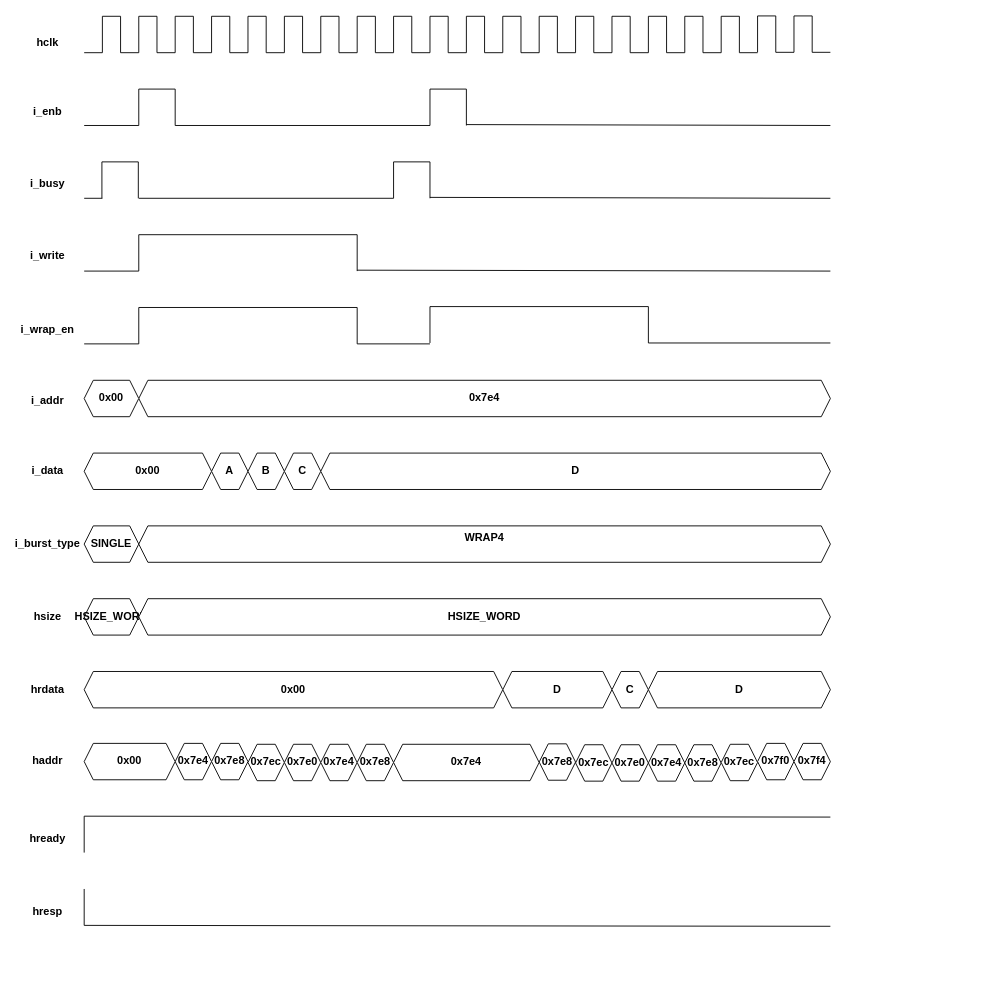
Above: page "WRAP8" (17 of 18) of AMBA AHB.drawio in 106210049/AMBA-AHB (draw.io), before the change. Source tidied: cells renumbered, new cells numbered last; positions are measured from the earlier drawing's top-left corner, leaving out a move shared by most shapes. Both pictures are drawn from the tidied source at 91%, with x=0, y=0 at pixel (20, 15).
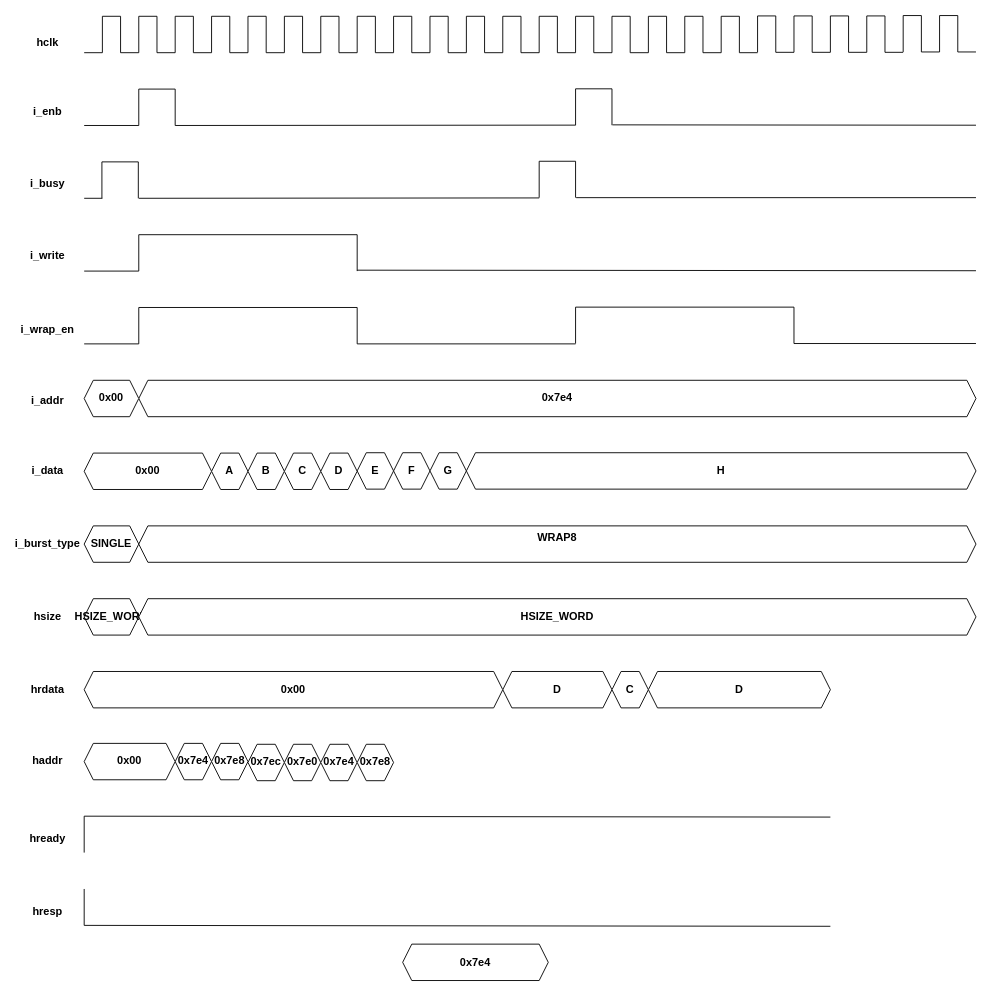
After the change.

Change to the diagram source:
```diff
@@
     <mxCell id="82" style="endArrow=none;html=1;rounded=0;" parent="1" edge="1">
       <mxGeometry relative="1" as="geometry">
         <mxPoint x="170" y="120.4" as="sourcePoint" />
-        <mxPoint x="450" y="120.4" as="targetPoint" />
+        <mxPoint x="610" y="120" as="targetPoint" />
       </mxGeometry>
     </mxCell>
     <mxCell id="83" value="0x7e4" style="shape=hexagon;perimeter=hexagonPerimeter2;whiteSpace=wrap;html=1;shapeInside=1;fixedSize=1;size=10;fontStyle=1;" parent="1" vertex="1">
-      <mxGeometry x="130" y="400.4" width="760" height="40" as="geometry" />
+      <mxGeometry x="130" y="400.4" width="920" height="40" as="geometry" />
     </mxCell>
@@
     <mxCell id="91" value="&lt;div&gt;D&lt;/div&gt;" style="shape=hexagon;perimeter=hexagonPerimeter2;whiteSpace=wrap;html=1;shapeInside=1;fixedSize=1;size=10;fontStyle=1;" parent="1" vertex="1">
-      <mxGeometry x="330" y="480.4" width="560" height="40" as="geometry" />
+      <mxGeometry x="330" y="480.4" width="40" height="40" as="geometry" />
     </mxCell>
@@
-    <mxCell id="93" value="WRAP4&lt;div&gt;&lt;br/&gt;&lt;/div&gt;" style="shape=hexagon;perimeter=hexagonPerimeter2;whiteSpace=wrap;html=1;shapeInside=1;fixedSize=1;size=10;fontStyle=1;" parent="1" vertex="1">
-      <mxGeometry x="130" y="560.4" width="760" height="40" as="geometry" />
+    <mxCell id="93" value="WRAP8&lt;br&gt;&lt;div&gt;&lt;br&gt;&lt;/div&gt;" style="shape=hexagon;perimeter=hexagonPerimeter2;whiteSpace=wrap;html=1;shapeInside=1;fixedSize=1;size=10;fontStyle=1;" parent="1" vertex="1">
+      <mxGeometry x="130" y="560.4" width="920" height="40" as="geometry" />
     </mxCell>
@@
     <mxCell id="95" value="&lt;div&gt;HSIZE_WORD&lt;/div&gt;" style="shape=hexagon;perimeter=hexagonPerimeter2;whiteSpace=wrap;html=1;shapeInside=1;fixedSize=1;size=10;fontStyle=1;" parent="1" vertex="1">
-      <mxGeometry x="130" y="640.4" width="760" height="40" as="geometry" />
+      <mxGeometry x="130" y="640.4" width="920" height="40" as="geometry" />
     </mxCell>
@@
     <mxCell id="97" style="endArrow=none;html=1;rounded=0;" parent="1" edge="1">
       <mxGeometry relative="1" as="geometry">
-        <mxPoint x="450" y="120.4" as="sourcePoint" />
-        <mxPoint x="450" y="80.4" as="targetPoint" />
+        <mxPoint x="610" y="120.1" as="sourcePoint" />
+        <mxPoint x="610" y="80.1" as="targetPoint" />
       </mxGeometry>
     </mxCell>
     <mxCell id="98" style="endArrow=none;html=1;rounded=0;" parent="1" edge="1">
       <mxGeometry relative="1" as="geometry">
-        <mxPoint x="450" y="80.4" as="sourcePoint" />
-        <mxPoint x="490" y="80.4" as="targetPoint" />
+        <mxPoint x="610" y="80.1" as="sourcePoint" />
+        <mxPoint x="650" y="80.1" as="targetPoint" />
       </mxGeometry>
     </mxCell>
     <mxCell id="99" style="endArrow=none;html=1;rounded=0;" parent="1" edge="1">
       <mxGeometry relative="1" as="geometry">
-        <mxPoint x="490" y="120.4" as="sourcePoint" />
-        <mxPoint x="490" y="80.4" as="targetPoint" />
+        <mxPoint x="650" y="120.1" as="sourcePoint" />
+        <mxPoint x="650" y="80.1" as="targetPoint" />
       </mxGeometry>
     </mxCell>
     <mxCell id="100" style="endArrow=none;html=1;rounded=0;" parent="1" edge="1">
       <mxGeometry relative="1" as="geometry">
         <mxPoint x="130" y="200.4" as="sourcePoint" />
-        <mxPoint x="410" y="200.4" as="targetPoint" />
+        <mxPoint x="570" y="200" as="targetPoint" />
       </mxGeometry>
     </mxCell>
@@
     <mxCell id="105" style="endArrow=none;html=1;rounded=0;" parent="1" edge="1">
       <mxGeometry relative="1" as="geometry">
-        <mxPoint x="410" y="200.4" as="sourcePoint" />
-        <mxPoint x="410" y="160.4" as="targetPoint" />
+        <mxPoint x="570" y="199.7" as="sourcePoint" />
+        <mxPoint x="570" y="159.7" as="targetPoint" />
       </mxGeometry>
     </mxCell>
     <mxCell id="106" style="endArrow=none;html=1;rounded=0;" parent="1" edge="1">
       <mxGeometry relative="1" as="geometry">
-        <mxPoint x="410" y="160.4" as="sourcePoint" />
-        <mxPoint x="450" y="160.4" as="targetPoint" />
+        <mxPoint x="570" y="159.7" as="sourcePoint" />
+        <mxPoint x="610" y="159.7" as="targetPoint" />
       </mxGeometry>
     </mxCell>
     <mxCell id="107" style="endArrow=none;html=1;rounded=0;" parent="1" edge="1">
       <mxGeometry relative="1" as="geometry">
-        <mxPoint x="450" y="200.4" as="sourcePoint" />
-        <mxPoint x="450" y="160.4" as="targetPoint" />
+        <mxPoint x="610" y="199.7" as="sourcePoint" />
+        <mxPoint x="610" y="159.7" as="targetPoint" />
       </mxGeometry>
     </mxCell>
     <mxCell id="108" style="endArrow=none;html=1;rounded=0;" parent="1" edge="1">
       <mxGeometry relative="1" as="geometry">
-        <mxPoint x="450" y="199.4" as="sourcePoint" />
-        <mxPoint x="890" y="200.4" as="targetPoint" />
+        <mxPoint x="610.6" y="199.7" as="sourcePoint" />
+        <mxPoint x="1050" y="199.7" as="targetPoint" />
       </mxGeometry>
     </mxCell>
     <mxCell id="109" style="endArrow=none;html=1;rounded=0;" parent="1" edge="1">
       <mxGeometry relative="1" as="geometry">
-        <mxPoint x="490" y="119.4" as="sourcePoint" />
-        <mxPoint x="890" y="120.4" as="targetPoint" />
+        <mxPoint x="650.6" y="119.7" as="sourcePoint" />
+        <mxPoint x="1050" y="120.1" as="targetPoint" />
       </mxGeometry>
     </mxCell>
@@
     <mxCell id="119" style="endArrow=none;html=1;rounded=0;" parent="1" edge="1">
       <mxGeometry relative="1" as="geometry">
         <mxPoint x="370" y="279.4" as="sourcePoint" />
-        <mxPoint x="890" y="280.4" as="targetPoint" />
+        <mxPoint x="1050" y="280" as="targetPoint" />
       </mxGeometry>
     </mxCell>
@@
     <mxCell id="144" value="&lt;div style=&quot;&quot;&gt;0x7e4&lt;/div&gt;" style="shape=hexagon;perimeter=hexagonPerimeter2;whiteSpace=wrap;html=1;shapeInside=1;fixedSize=1;size=10;fontStyle=1;" parent="1" vertex="1">
-      <mxGeometry x="410" y="800.4" width="160" height="40" as="geometry" />
+      <mxGeometry x="420" y="1020" width="160" height="40" as="geometry" />
     </mxCell>
-    <mxCell id="145" value="&lt;div&gt;0x7e8&lt;/div&gt;" style="shape=hexagon;perimeter=hexagonPerimeter2;whiteSpace=wrap;html=1;shapeInside=1;fixedSize=1;size=10;fontStyle=1;" parent="1" vertex="1">
-      <mxGeometry x="570" y="799.9" width="40" height="40" as="geometry" />
-    </mxCell>
-    <mxCell id="146" value="&lt;div&gt;0x7ec&lt;/div&gt;" style="shape=hexagon;perimeter=hexagonPerimeter2;whiteSpace=wrap;html=1;shapeInside=1;fixedSize=1;size=10;fontStyle=1;" parent="1" vertex="1">
-      <mxGeometry x="610" y="800.9" width="40" height="40" as="geometry" />
-    </mxCell>
-    <mxCell id="147" value="&lt;div&gt;0x7e0&lt;/div&gt;" style="shape=hexagon;perimeter=hexagonPerimeter2;whiteSpace=wrap;html=1;shapeInside=1;fixedSize=1;size=10;fontStyle=1;" parent="1" vertex="1">
-      <mxGeometry x="650" y="800.9" width="40" height="40" as="geometry" />
-    </mxCell>
-    <mxCell id="148" value="&lt;div style=&quot;&quot;&gt;0x7e4&lt;/div&gt;" style="shape=hexagon;perimeter=hexagonPerimeter2;whiteSpace=wrap;html=1;shapeInside=1;fixedSize=1;size=10;fontStyle=1;" parent="1" vertex="1">
-      <mxGeometry x="690" y="800.9" width="40" height="40" as="geometry" />
-    </mxCell>
-    <mxCell id="149" value="&lt;div style=&quot;&quot;&gt;0x7e8&lt;/div&gt;" style="shape=hexagon;perimeter=hexagonPerimeter2;whiteSpace=wrap;html=1;shapeInside=1;fixedSize=1;size=10;fontStyle=1;" parent="1" vertex="1">
-      <mxGeometry x="730" y="800.9" width="40" height="40" as="geometry" />
-    </mxCell>
@@
     <mxCell id="154" style="endArrow=none;html=1;rounded=0;" parent="1" edge="1">
       <mxGeometry relative="1" as="geometry">
         <mxPoint x="370" y="360.4" as="sourcePoint" />
-        <mxPoint x="450" y="360.4" as="targetPoint" />
+        <mxPoint x="610" y="360.4" as="targetPoint" />
       </mxGeometry>
     </mxCell>
     <mxCell id="155" style="endArrow=none;html=1;rounded=0;" parent="1" edge="1">
       <mxGeometry relative="1" as="geometry">
-        <mxPoint x="450" y="359.4" as="sourcePoint" />
-        <mxPoint x="450" y="319.4" as="targetPoint" />
+        <mxPoint x="610" y="360" as="sourcePoint" />
+        <mxPoint x="610" y="320" as="targetPoint" />
       </mxGeometry>
     </mxCell>
     <mxCell id="156" style="endArrow=none;html=1;rounded=0;" parent="1" edge="1">
       <mxGeometry relative="1" as="geometry">
-        <mxPoint x="450" y="319.4" as="sourcePoint" />
-        <mxPoint x="690" y="319.4" as="targetPoint" />
+        <mxPoint x="610" y="320" as="sourcePoint" />
+        <mxPoint x="850" y="320" as="targetPoint" />
       </mxGeometry>
     </mxCell>
     <mxCell id="157" style="endArrow=none;html=1;rounded=0;" parent="1" edge="1">
       <mxGeometry relative="1" as="geometry">
-        <mxPoint x="690" y="359.4" as="sourcePoint" />
-        <mxPoint x="690" y="319.4" as="targetPoint" />
+        <mxPoint x="850" y="360" as="sourcePoint" />
+        <mxPoint x="850" y="320" as="targetPoint" />
       </mxGeometry>
     </mxCell>
     <mxCell id="158" style="endArrow=none;html=1;rounded=0;" parent="1" edge="1">
       <mxGeometry relative="1" as="geometry">
-        <mxPoint x="690" y="359.4" as="sourcePoint" />
-        <mxPoint x="890" y="359.4" as="targetPoint" />
+        <mxPoint x="850" y="360" as="sourcePoint" />
+        <mxPoint x="1050" y="360" as="targetPoint" />
       </mxGeometry>
     </mxCell>
@@
-    <mxCell id="160" value="&lt;div&gt;0x7ec&lt;/div&gt;" style="shape=hexagon;perimeter=hexagonPerimeter2;whiteSpace=wrap;html=1;shapeInside=1;fixedSize=1;size=10;fontStyle=1;" parent="1" vertex="1">
-      <mxGeometry x="770" y="800.4" width="40" height="40" as="geometry" />
-    </mxCell>
-    <mxCell id="161" value="&lt;div&gt;0x7f0&lt;/div&gt;" style="shape=hexagon;perimeter=hexagonPerimeter2;whiteSpace=wrap;html=1;shapeInside=1;fixedSize=1;size=10;fontStyle=1;" parent="1" vertex="1">
-      <mxGeometry x="810" y="799.4" width="40" height="40" as="geometry" />
-    </mxCell>
-    <mxCell id="162" value="&lt;div style=&quot;&quot;&gt;0x7f4&lt;/div&gt;" style="shape=hexagon;perimeter=hexagonPerimeter2;whiteSpace=wrap;html=1;shapeInside=1;fixedSize=1;size=10;fontStyle=1;" parent="1" vertex="1">
-      <mxGeometry x="850" y="799.4" width="40" height="40" as="geometry" />
-    </mxCell>
+    <mxCell id="163" value="E" style="shape=hexagon;perimeter=hexagonPerimeter2;whiteSpace=wrap;html=1;shapeInside=1;fixedSize=1;size=10;fontStyle=1;" parent="1" vertex="1">
+      <mxGeometry x="370" y="480" width="40" height="40" as="geometry" />
+    </mxCell>
+    <mxCell id="164" value="F" style="shape=hexagon;perimeter=hexagonPerimeter2;whiteSpace=wrap;html=1;shapeInside=1;fixedSize=1;size=10;fontStyle=1;" parent="1" vertex="1">
+      <mxGeometry x="410" y="480" width="40" height="40" as="geometry" />
+    </mxCell>
+    <mxCell id="165" value="G" style="shape=hexagon;perimeter=hexagonPerimeter2;whiteSpace=wrap;html=1;shapeInside=1;fixedSize=1;size=10;fontStyle=1;" parent="1" vertex="1">
+      <mxGeometry x="450" y="480" width="40" height="40" as="geometry" />
+    </mxCell>
+    <mxCell id="166" value="H" style="shape=hexagon;perimeter=hexagonPerimeter2;whiteSpace=wrap;html=1;shapeInside=1;fixedSize=1;size=10;fontStyle=1;" parent="1" vertex="1">
+      <mxGeometry x="490" y="480" width="560" height="40" as="geometry" />
+    </mxCell>
+    <mxCell id="167" style="endArrow=none;html=1;rounded=0;" parent="1" edge="1">
+      <mxGeometry relative="1" as="geometry">
+        <mxPoint x="890" y="40" as="sourcePoint" />
+        <mxPoint x="890" as="targetPoint" />
+      </mxGeometry>
+    </mxCell>
+    <mxCell id="168" style="endArrow=none;html=1;rounded=0;" parent="1" edge="1">
+      <mxGeometry relative="1" as="geometry">
+        <mxPoint x="890" as="sourcePoint" />
+        <mxPoint x="910" as="targetPoint" />
+      </mxGeometry>
+    </mxCell>
+    <mxCell id="169" style="endArrow=none;html=1;rounded=0;" parent="1" edge="1">
+      <mxGeometry relative="1" as="geometry">
+        <mxPoint x="910" y="40" as="sourcePoint" />
+        <mxPoint x="910" as="targetPoint" />
+      </mxGeometry>
+    </mxCell>
+    <mxCell id="170" style="endArrow=none;html=1;rounded=0;" parent="1" edge="1">
+      <mxGeometry relative="1" as="geometry">
+        <mxPoint x="910" y="40" as="sourcePoint" />
+        <mxPoint x="930" y="40" as="targetPoint" />
+      </mxGeometry>
+    </mxCell>
+    <mxCell id="171" style="endArrow=none;html=1;rounded=0;" parent="1" edge="1">
+      <mxGeometry relative="1" as="geometry">
+        <mxPoint x="930" y="40" as="sourcePoint" />
+        <mxPoint x="930" as="targetPoint" />
+      </mxGeometry>
+    </mxCell>
+    <mxCell id="172" style="endArrow=none;html=1;rounded=0;" parent="1" edge="1">
+      <mxGeometry relative="1" as="geometry">
+        <mxPoint x="930" as="sourcePoint" />
+        <mxPoint x="950" as="targetPoint" />
+      </mxGeometry>
+    </mxCell>
+    <mxCell id="173" style="endArrow=none;html=1;rounded=0;" parent="1" edge="1">
+      <mxGeometry relative="1" as="geometry">
+        <mxPoint x="950" y="40" as="sourcePoint" />
+        <mxPoint x="950" as="targetPoint" />
+      </mxGeometry>
+    </mxCell>
+    <mxCell id="174" style="endArrow=none;html=1;rounded=0;" parent="1" edge="1">
+      <mxGeometry relative="1" as="geometry">
+        <mxPoint x="950" y="40" as="sourcePoint" />
+        <mxPoint x="970" y="40" as="targetPoint" />
+      </mxGeometry>
+    </mxCell>
+    <mxCell id="175" style="endArrow=none;html=1;rounded=0;" parent="1" edge="1">
+      <mxGeometry relative="1" as="geometry">
+        <mxPoint x="970" y="39.6" as="sourcePoint" />
+        <mxPoint x="970" y="-0.4" as="targetPoint" />
+      </mxGeometry>
+    </mxCell>
+    <mxCell id="176" style="endArrow=none;html=1;rounded=0;" parent="1" edge="1">
+      <mxGeometry relative="1" as="geometry">
+        <mxPoint x="970" y="-0.4" as="sourcePoint" />
+        <mxPoint x="990" y="-0.4" as="targetPoint" />
+      </mxGeometry>
+    </mxCell>
+    <mxCell id="177" style="endArrow=none;html=1;rounded=0;" parent="1" edge="1">
+      <mxGeometry relative="1" as="geometry">
+        <mxPoint x="990" y="39.6" as="sourcePoint" />
+        <mxPoint x="990" y="-0.4" as="targetPoint" />
+      </mxGeometry>
+    </mxCell>
+    <mxCell id="178" style="endArrow=none;html=1;rounded=0;" parent="1" edge="1">
+      <mxGeometry relative="1" as="geometry">
+        <mxPoint x="990" y="39.6" as="sourcePoint" />
+        <mxPoint x="1010" y="39.6" as="targetPoint" />
+      </mxGeometry>
+    </mxCell>
+    <mxCell id="179" style="endArrow=none;html=1;rounded=0;" parent="1" edge="1">
+      <mxGeometry relative="1" as="geometry">
+        <mxPoint x="1010" y="39.6" as="sourcePoint" />
+        <mxPoint x="1010" y="-0.4" as="targetPoint" />
+      </mxGeometry>
+    </mxCell>
+    <mxCell id="180" style="endArrow=none;html=1;rounded=0;" parent="1" edge="1">
+      <mxGeometry relative="1" as="geometry">
+        <mxPoint x="1010" y="-0.4" as="sourcePoint" />
+        <mxPoint x="1030" y="-0.4" as="targetPoint" />
+      </mxGeometry>
+    </mxCell>
+    <mxCell id="181" style="endArrow=none;html=1;rounded=0;" parent="1" edge="1">
+      <mxGeometry relative="1" as="geometry">
+        <mxPoint x="1030" y="39.6" as="sourcePoint" />
+        <mxPoint x="1030" y="-0.4" as="targetPoint" />
+      </mxGeometry>
+    </mxCell>
+    <mxCell id="182" style="endArrow=none;html=1;rounded=0;" parent="1" edge="1">
+      <mxGeometry relative="1" as="geometry">
+        <mxPoint x="1030" y="39.6" as="sourcePoint" />
+        <mxPoint x="1050" y="39.6" as="targetPoint" />
+      </mxGeometry>
+    </mxCell>
```
